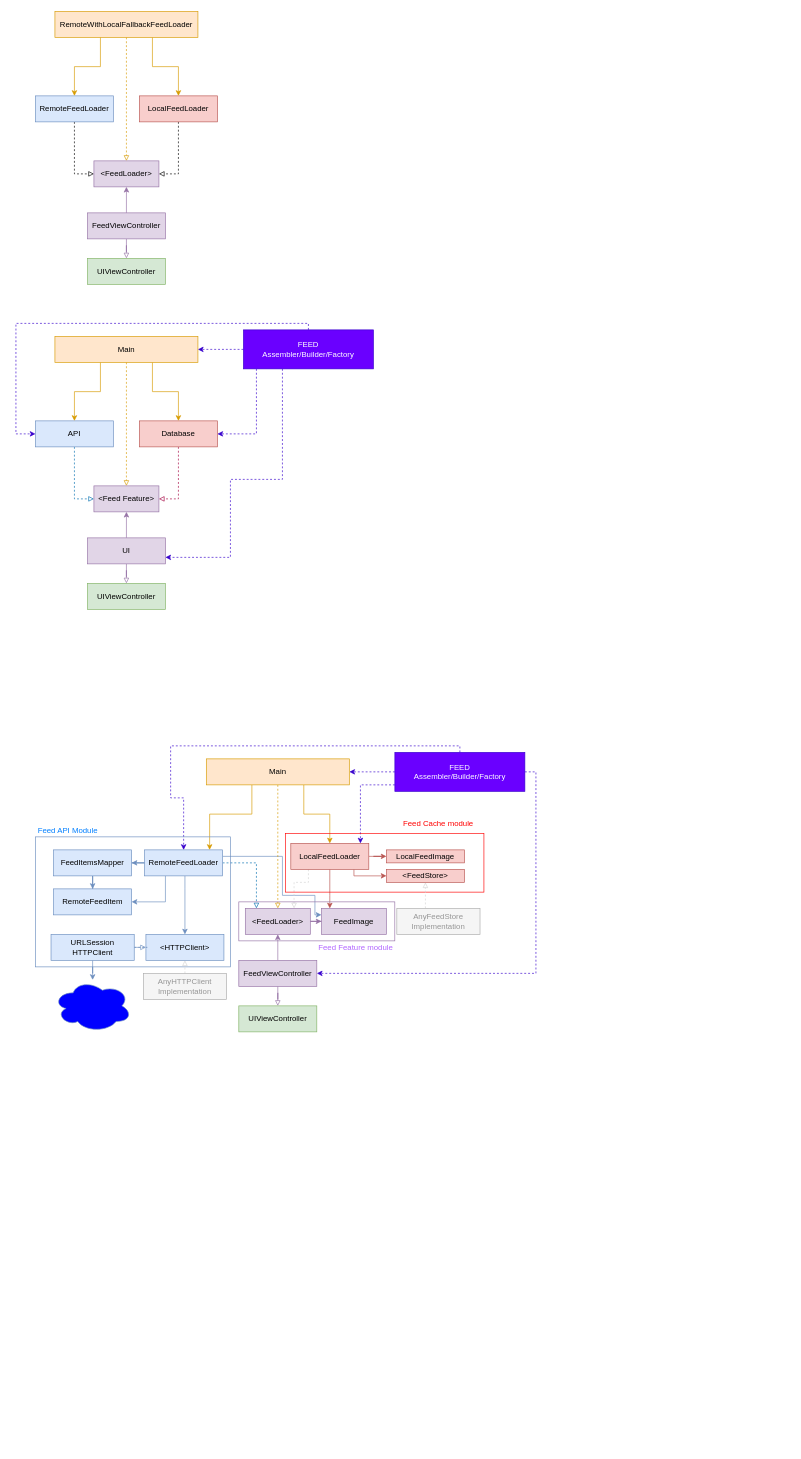
Earlier version of the draw.io diagram Untitled Diagram.drawio (zmkhtr/diagrams). Source tidied: cells renumbered, new cells numbered last; positions are measured from the earlier drawing's top-left corner, leaving out a move shared by most shapes. Both pictures are drawn from the tidied source at 65%, with x=0, y=0 at pixel (16, 11).
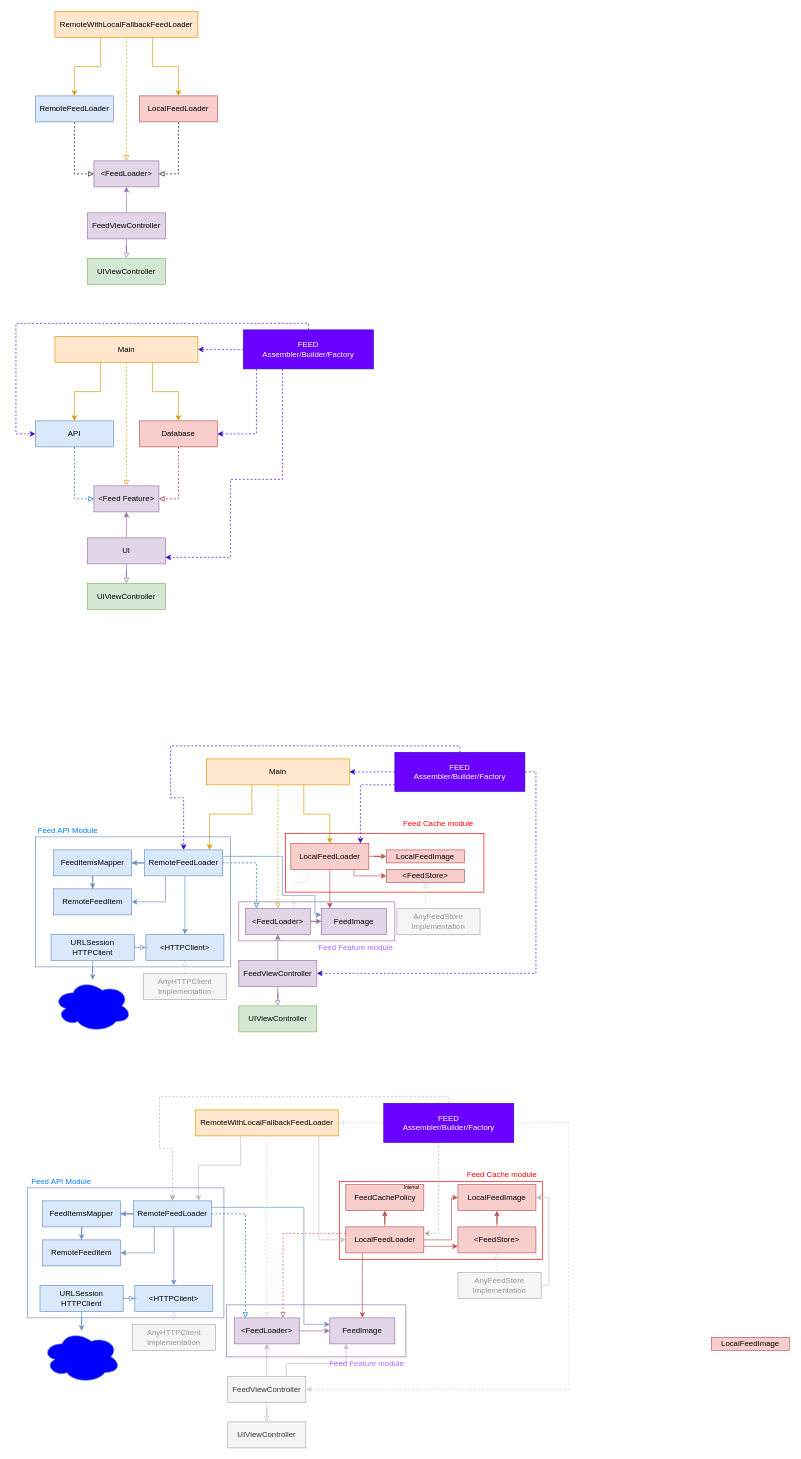
The same diagram, later.

Diff of the diagram source:
```diff
@@
+    <mxCell id="80" style="rounded=0;whiteSpace=wrap;html=1;fillColor=none;strokeColor=#9673a6;" parent="1" vertex="1">
+      <mxGeometry x="324" y="1990" width="276" height="80" as="geometry" />
+    </mxCell>
+    <mxCell id="81" style="rounded=0;whiteSpace=wrap;html=1;fillColor=none;strokeColor=#6c8ebf;" parent="1" vertex="1">
+      <mxGeometry x="18" y="1810" width="302" height="200" as="geometry" />
+    </mxCell>
+    <mxCell id="82" style="rounded=0;whiteSpace=wrap;html=1;fillColor=none;strokeColor=#FF0000;" parent="1" vertex="1">
+      <mxGeometry x="497.5" y="1800" width="312.5" height="120" as="geometry" />
+    </mxCell>
@@
+    <mxCell id="83" style="edgeStyle=orthogonalEdgeStyle;rounded=0;jettySize=auto;html=1;fontColor=#1726FF;endArrow=block;endFill=0;fillColor=#e1d5e7;strokeColor=#BFBFBF;" parent="1" edge="1" source="86" target="87">
+      <mxGeometry relative="1" as="geometry" />
+    </mxCell>
+    <mxCell id="84" style="edgeStyle=orthogonalEdgeStyle;rounded=0;jettySize=auto;html=1;fontColor=#1726FF;endArrow=classic;endFill=1;fillColor=#e1d5e7;strokeColor=#BFBFBF;" parent="1" edge="1" source="86" target="89">
+      <mxGeometry relative="1" as="geometry" />
+    </mxCell>
+    <mxCell id="85" style="edgeStyle=orthogonalEdgeStyle;rounded=0;jettySize=auto;html=1;entryX=0.25;entryY=1;entryDx=0;entryDy=0;fontSize=7;strokeColor=#BFBFBF;exitX=0.75;exitY=0;exitDx=0;exitDy=0;" parent="1" edge="1" source="86" target="123">
+      <mxGeometry relative="1" as="geometry">
+        <Array as="points">
+          <mxPoint x="416" y="2080" />
+          <mxPoint x="508" y="2080" />
+        </Array>
+      </mxGeometry>
+    </mxCell>
+    <mxCell id="86" value="FeedViewController" style="rounded=0;whiteSpace=wrap;html=1;fillColor=#F5F5F5;strokeColor=#ABABAB;fontColor=#333333;" parent="1" vertex="1">
+      <mxGeometry x="325.9" y="2100" width="120" height="40" as="geometry" />
+    </mxCell>
+    <mxCell id="87" value="UIViewController" style="rounded=0;whiteSpace=wrap;html=1;fillColor=#F5F5F5;strokeColor=#ABABAB;fontColor=#333333;" parent="1" vertex="1">
+      <mxGeometry x="325.9" y="2170" width="120" height="40" as="geometry" />
+    </mxCell>
+    <mxCell id="88" style="edgeStyle=orthogonalEdgeStyle;rounded=0;jettySize=auto;html=1;entryX=0;entryY=0.5;entryDx=0;entryDy=0;labelBackgroundColor=default;fontColor=#1726FF;strokeColor=#9673a6;endFill=1;fillColor=#e1d5e7;" parent="1" edge="1" source="89" target="123">
+      <mxGeometry relative="1" as="geometry" />
+    </mxCell>
+    <mxCell id="89" value="&amp;lt;FeedLoader&amp;gt;" style="rounded=0;whiteSpace=wrap;html=1;fillColor=#e1d5e7;strokeColor=#9673a6;" parent="1" vertex="1">
+      <mxGeometry x="335.9" y="2010" width="100" height="40" as="geometry" />
+    </mxCell>
+    <mxCell id="90" style="edgeStyle=orthogonalEdgeStyle;rounded=0;jettySize=auto;html=1;fontColor=#1726FF;endArrow=block;endFill=0;dashed=1;fillColor=#1ba1e2;strokeColor=#006EAF;exitX=1;exitY=0.5;exitDx=0;exitDy=0;" parent="1" edge="1" source="95" target="89">
+      <mxGeometry relative="1" as="geometry">
+        <Array as="points">
+          <mxPoint x="353" y="1850" />
+        </Array>
+      </mxGeometry>
+    </mxCell>
+    <mxCell id="91" style="edgeStyle=orthogonalEdgeStyle;rounded=0;jettySize=auto;html=1;entryX=0.5;entryY=0;entryDx=0;entryDy=0;fillColor=#dae8fc;strokeColor=#6c8ebf;" parent="1" edge="1" source="95" target="113">
+      <mxGeometry relative="1" as="geometry">
+        <Array as="points">
+          <mxPoint x="242.9" y="1890" />
+          <mxPoint x="242.9" y="1890" />
+        </Array>
+      </mxGeometry>
+    </mxCell>
+    <mxCell id="92" style="edgeStyle=orthogonalEdgeStyle;rounded=0;jettySize=auto;html=1;fillColor=#dae8fc;strokeColor=#6c8ebf;" parent="1" edge="1" source="95" target="112">
+      <mxGeometry relative="1" as="geometry" />
+    </mxCell>
+    <mxCell id="93" style="edgeStyle=orthogonalEdgeStyle;rounded=0;jettySize=auto;html=1;labelBackgroundColor=default;fontColor=default;strokeColor=#6c8ebf;entryX=1;entryY=0.5;entryDx=0;entryDy=0;fillColor=#dae8fc;" parent="1" edge="1" source="95" target="124">
+      <mxGeometry relative="1" as="geometry">
+        <Array as="points">
+          <mxPoint x="212.9" y="1910" />
+        </Array>
+      </mxGeometry>
+    </mxCell>
+    <mxCell id="94" style="edgeStyle=orthogonalEdgeStyle;rounded=0;jettySize=auto;html=1;entryX=0;entryY=0.25;entryDx=0;entryDy=0;labelBackgroundColor=default;fontColor=default;strokeColor=#6c8ebf;fillColor=#dae8fc;" parent="1" edge="1" source="95" target="123">
+      <mxGeometry relative="1" as="geometry">
+        <Array as="points">
+          <mxPoint x="443" y="1840" />
+          <mxPoint x="443" y="2020" />
+        </Array>
+      </mxGeometry>
+    </mxCell>
+    <mxCell id="95" value="RemoteFeedLoader" style="rounded=0;whiteSpace=wrap;html=1;fillColor=#dae8fc;strokeColor=#6c8ebf;" parent="1" vertex="1">
+      <mxGeometry x="180.9" y="1830" width="120" height="40" as="geometry" />
+    </mxCell>
+    <mxCell id="96" style="edgeStyle=orthogonalEdgeStyle;rounded=0;jettySize=auto;html=1;fontColor=#FF0000;labelBackgroundColor=none;fillColor=#f8cecc;strokeColor=#b85450;" parent="1" edge="1" source="101" target="119">
+      <mxGeometry relative="1" as="geometry">
+        <Array as="points">
+          <mxPoint x="670" y="1890" />
+          <mxPoint x="670" y="1825" />
+        </Array>
+      </mxGeometry>
+    </mxCell>
+    <mxCell id="97" style="edgeStyle=orthogonalEdgeStyle;rounded=0;jettySize=auto;html=1;labelBackgroundColor=default;fontColor=default;strokeColor=#b85450;entryX=0.75;entryY=0;entryDx=0;entryDy=0;endArrow=block;endFill=0;dashed=1;fillColor=#f8cecc;" parent="1" edge="1" source="101" target="89">
+      <mxGeometry relative="1" as="geometry">
+        <Array as="points">
+          <mxPoint x="432.9" y="1880" />
+          <mxPoint x="410.9" y="1880" />
+        </Array>
+      </mxGeometry>
+    </mxCell>
+    <mxCell id="98" style="edgeStyle=orthogonalEdgeStyle;rounded=0;jettySize=auto;html=1;labelBackgroundColor=none;strokeColor=#b85450;fontColor=#FF0000;fillColor=#f8cecc;" parent="1" edge="1" source="101" target="126">
+      <mxGeometry relative="1" as="geometry">
+        <Array as="points">
+          <mxPoint x="650" y="1900" />
+          <mxPoint x="650" y="1900" />
+        </Array>
+      </mxGeometry>
+    </mxCell>
+    <mxCell id="99" style="edgeStyle=orthogonalEdgeStyle;rounded=0;jettySize=auto;html=1;fontSize=11;labelBackgroundColor=none;strokeColor=#b85450;fontColor=#FF0000;fillColor=#f8cecc;" parent="1" edge="1" source="101" target="132">
+      <mxGeometry relative="1" as="geometry" />
+    </mxCell>
+    <mxCell id="100" style="edgeStyle=orthogonalEdgeStyle;rounded=0;jettySize=auto;html=1;fontSize=11;strokeColor=#b85450;labelBackgroundColor=none;fontColor=#FF0000;fillColor=#f8cecc;" parent="1" edge="1" source="101" target="123">
+      <mxGeometry relative="1" as="geometry">
+        <Array as="points">
+          <mxPoint x="533" y="1940" />
+          <mxPoint x="533" y="1940" />
+        </Array>
+      </mxGeometry>
+    </mxCell>
+    <mxCell id="101" value="LocalFeedLoader" style="rounded=0;whiteSpace=wrap;html=1;fillColor=#f8cecc;strokeColor=#b85450;" parent="1" vertex="1">
+      <mxGeometry x="507.5" y="1870" width="120" height="40" as="geometry" />
+    </mxCell>
+    <mxCell id="102" style="edgeStyle=orthogonalEdgeStyle;rounded=0;jettySize=auto;html=1;dashed=1;fontColor=default;endArrow=block;endFill=0;fillColor=#dae8fc;strokeColor=#D4D4D4;" parent="1" edge="1" source="105" target="89">
+      <mxGeometry relative="1" as="geometry" />
+    </mxCell>
+    <mxCell id="103" style="edgeStyle=orthogonalEdgeStyle;rounded=0;jettySize=auto;html=1;fontColor=#1726FF;endArrow=classic;endFill=1;strokeColor=#BFBFBF;fillColor=#f5f5f5;" parent="1" edge="1" source="105" target="95">
+      <mxGeometry relative="1" as="geometry">
+        <Array as="points">
+          <mxPoint x="345.9" y="1775" />
+          <mxPoint x="280.9" y="1775" />
+        </Array>
+      </mxGeometry>
+    </mxCell>
+    <mxCell id="104" style="edgeStyle=orthogonalEdgeStyle;rounded=0;jettySize=auto;html=1;fontColor=#1726FF;endArrow=classic;endFill=1;strokeColor=#BFBFBF;fillColor=#f5f5f5;" parent="1" edge="1" source="105" target="101">
+      <mxGeometry relative="1" as="geometry">
+        <Array as="points">
+          <mxPoint x="466" y="1890" />
+        </Array>
+      </mxGeometry>
+    </mxCell>
+    <mxCell id="105" value="RemoteWithLocalFallbackFeedLoader" style="rounded=0;whiteSpace=wrap;html=1;fillColor=#ffe6cc;strokeColor=#d79b00;" parent="1" vertex="1">
+      <mxGeometry x="275.9" y="1690" width="220" height="40" as="geometry" />
+    </mxCell>
+    <mxCell id="106" style="edgeStyle=orthogonalEdgeStyle;rounded=0;jettySize=auto;html=1;dashed=1;fillColor=#F5F5F5;strokeColor=#ABABAB;entryX=0.5;entryY=0;entryDx=0;entryDy=0;fontSize=12;fontColor=#333333;" parent="1" edge="1" source="110" target="95">
+      <mxGeometry relative="1" as="geometry">
+        <Array as="points">
+          <mxPoint x="666" y="1670" />
+          <mxPoint x="220.9" y="1670" />
+          <mxPoint x="220.9" y="1750" />
+          <mxPoint x="240.9" y="1750" />
+        </Array>
+      </mxGeometry>
+    </mxCell>
+    <mxCell id="107" style="edgeStyle=orthogonalEdgeStyle;rounded=0;jettySize=auto;html=1;dashed=1;fillColor=#dae8fc;strokeColor=#D4D4D4;endArrow=block;endFill=0;" parent="1" edge="1" source="110">
+      <mxGeometry relative="1" as="geometry">
+        <mxPoint x="495.9" y="1710" as="targetPoint" />
+        <Array as="points">
+          <mxPoint x="495.9" y="1710" />
+        </Array>
+      </mxGeometry>
+    </mxCell>
+    <mxCell id="108" style="edgeStyle=orthogonalEdgeStyle;rounded=0;jettySize=auto;html=1;dashed=1;fillColor=#F5F5F5;strokeColor=#ABABAB;fontSize=12;fontColor=#333333;" parent="1" edge="1" source="110">
+      <mxGeometry relative="1" as="geometry">
+        <mxPoint x="628" y="1880" as="targetPoint" />
+        <Array as="points">
+          <mxPoint x="650" y="1880" />
+        </Array>
+      </mxGeometry>
+    </mxCell>
+    <mxCell id="109" style="edgeStyle=orthogonalEdgeStyle;rounded=0;jettySize=auto;html=1;dashed=1;fillColor=#dae8fc;strokeColor=#D4D4D4;entryX=1;entryY=0.5;entryDx=0;entryDy=0;endArrow=block;endFill=1;" parent="1" edge="1" source="110" target="86">
+      <mxGeometry relative="1" as="geometry">
+        <Array as="points">
+          <mxPoint x="850" y="1710" />
+          <mxPoint x="850" y="2120" />
+        </Array>
+      </mxGeometry>
+    </mxCell>
+    <mxCell id="110" value="FEED&lt;br&gt;Assembler/Builder/Factory" style="rounded=0;whiteSpace=wrap;html=1;fillColor=#6a00ff;strokeColor=#3700CC;fontColor=#ffffff;" parent="1" vertex="1">
+      <mxGeometry x="565.9" y="1680" width="200" height="60" as="geometry" />
+    </mxCell>
+    <mxCell id="111" style="edgeStyle=orthogonalEdgeStyle;rounded=0;jettySize=auto;html=1;labelBackgroundColor=default;fontColor=default;strokeColor=#6c8ebf;fillColor=#dae8fc;" parent="1" edge="1" source="112" target="124">
+      <mxGeometry relative="1" as="geometry" />
+    </mxCell>
+    <mxCell id="112" value="FeedItemsMapper" style="rounded=0;whiteSpace=wrap;html=1;fillColor=#dae8fc;strokeColor=#6c8ebf;" parent="1" vertex="1">
+      <mxGeometry x="41" y="1830" width="120" height="40" as="geometry" />
+    </mxCell>
+    <mxCell id="113" value="&amp;lt;HTTPClient&amp;gt;" style="rounded=0;whiteSpace=wrap;html=1;fillColor=#dae8fc;strokeColor=#6c8ebf;" parent="1" vertex="1">
+      <mxGeometry x="182.9" y="1960" width="120" height="40" as="geometry" />
+    </mxCell>
+    <mxCell id="114" style="edgeStyle=orthogonalEdgeStyle;rounded=0;jettySize=auto;html=1;fillColor=#dae8fc;strokeColor=#6c8ebf;" parent="1" edge="1" source="116" target="117">
+      <mxGeometry relative="1" as="geometry" />
+    </mxCell>
+    <mxCell id="115" style="edgeStyle=orthogonalEdgeStyle;rounded=0;jettySize=auto;html=1;endArrow=block;endFill=0;dashed=1;fillColor=#dae8fc;strokeColor=#6c8ebf;" parent="1" edge="1" source="116" target="113">
+      <mxGeometry relative="1" as="geometry" />
+    </mxCell>
+    <mxCell id="116" value="URLSession&lt;br&gt;HTTPClient" style="rounded=0;whiteSpace=wrap;html=1;fillColor=#dae8fc;strokeColor=#6c8ebf;" parent="1" vertex="1">
+      <mxGeometry x="37" y="1960" width="128" height="40" as="geometry" />
+    </mxCell>
+    <mxCell id="117" style="ellipse;shape=cloud;whiteSpace=wrap;html=1;fillColor=#0000FF;strokeColor=#6c8ebf;" parent="1" vertex="1">
+      <mxGeometry x="41" y="2030" width="120" height="80" as="geometry" />
+    </mxCell>
+    <mxCell id="118" value="Feed API Module" style="text;html=1;strokeColor=none;fillColor=none;align=center;verticalAlign=middle;whiteSpace=wrap;rounded=0;fontColor=#007FFF;" parent="1" vertex="1">
+      <mxGeometry x="20" y="1790" width="100" height="20" as="geometry" />
+    </mxCell>
+    <mxCell id="119" value="LocalFeedImage" style="rounded=0;whiteSpace=wrap;html=1;fillColor=#f8cecc;strokeColor=#b85450;" parent="1" vertex="1">
+      <mxGeometry x="680" y="1805" width="120" height="40" as="geometry" />
+    </mxCell>
+    <mxCell id="120" value="Feed Cache module" style="text;html=1;strokeColor=none;fillColor=none;align=center;verticalAlign=middle;whiteSpace=wrap;rounded=0;fontColor=#FF0000;" parent="1" vertex="1">
+      <mxGeometry x="688" y="1780" width="120" height="20" as="geometry" />
+    </mxCell>
+    <mxCell id="121" style="edgeStyle=orthogonalEdgeStyle;rounded=0;jettySize=auto;html=1;endArrow=block;endFill=0;dashed=1;fillColor=#dae8fc;strokeColor=#D4D4D4;exitX=0.5;exitY=0;exitDx=0;exitDy=0;entryX=0.5;entryY=1;entryDx=0;entryDy=0;" parent="1" edge="1" source="122" target="113">
+      <mxGeometry relative="1" as="geometry" />
+    </mxCell>
+    <mxCell id="122" value="&lt;font color=&quot;#969696&quot;&gt;AnyHTTPClient&lt;br&gt;Implementation&lt;br&gt;&lt;/font&gt;" style="rounded=0;whiteSpace=wrap;html=1;fillColor=#F5F5F5;strokeColor=#ABABAB;fontColor=#333333;" parent="1" vertex="1">
+      <mxGeometry x="178.9" y="2020" width="128" height="40" as="geometry" />
+    </mxCell>
+    <mxCell id="123" value="FeedImage" style="rounded=0;whiteSpace=wrap;html=1;fillColor=#e1d5e7;strokeColor=#9673a6;" parent="1" vertex="1">
+      <mxGeometry x="482.9" y="2010" width="100" height="40" as="geometry" />
+    </mxCell>
+    <mxCell id="124" value="RemoteFeedItem" style="rounded=0;whiteSpace=wrap;html=1;fillColor=#dae8fc;strokeColor=#6c8ebf;" parent="1" vertex="1">
+      <mxGeometry x="41" y="1890" width="120" height="40" as="geometry" />
+    </mxCell>
+    <mxCell id="125" style="edgeStyle=orthogonalEdgeStyle;rounded=0;jettySize=auto;html=1;labelBackgroundColor=none;strokeColor=#b85450;fontColor=#FF0000;fillColor=#f8cecc;" parent="1" edge="1" source="126" target="119">
+      <mxGeometry relative="1" as="geometry" />
+    </mxCell>
+    <mxCell id="126" value="&amp;lt;FeedStore&amp;gt;" style="rounded=0;whiteSpace=wrap;html=1;fillColor=#f8cecc;strokeColor=#b85450;" parent="1" vertex="1">
+      <mxGeometry x="680" y="1870" width="120" height="40" as="geometry" />
+    </mxCell>
+    <mxCell id="127" style="edgeStyle=orthogonalEdgeStyle;rounded=0;jettySize=auto;html=1;endArrow=block;endFill=0;dashed=1;fillColor=#dae8fc;strokeColor=#D4D4D4;exitX=0.5;exitY=0;exitDx=0;exitDy=0;entryX=0.5;entryY=1;entryDx=0;entryDy=0;" parent="1" edge="1" source="129" target="126">
+      <mxGeometry relative="1" as="geometry" />
+    </mxCell>
+    <mxCell id="128" style="edgeStyle=orthogonalEdgeStyle;rounded=0;jettySize=auto;html=1;entryX=1;entryY=0.5;entryDx=0;entryDy=0;fontSize=7;strokeColor=#BFBFBF;" parent="1" edge="1" source="129" target="119">
+      <mxGeometry relative="1" as="geometry">
+        <Array as="points">
+          <mxPoint x="820" y="1960" />
+          <mxPoint x="820" y="1825" />
+        </Array>
+      </mxGeometry>
+    </mxCell>
+    <mxCell id="129" value="&lt;font color=&quot;#969696&quot;&gt;AnyFeedStore&lt;br&gt;Implementation&lt;br&gt;&lt;/font&gt;" style="rounded=0;whiteSpace=wrap;html=1;fillColor=#F5F5F5;strokeColor=#ABABAB;fontColor=#333333;" parent="1" vertex="1">
+      <mxGeometry x="680" y="1940" width="128" height="40" as="geometry" />
+    </mxCell>
+    <mxCell id="130" value="&lt;font color=&quot;#b266ff&quot;&gt;Feed Feature module&lt;/font&gt;" style="text;html=1;strokeColor=none;fillColor=none;align=center;verticalAlign=middle;whiteSpace=wrap;rounded=0;fontColor=#FF0000;" parent="1" vertex="1">
+      <mxGeometry x="480" y="2070" width="120" height="20" as="geometry" />
+    </mxCell>
+    <mxCell id="131" value="LocalFeedImage" style="rounded=0;whiteSpace=wrap;html=1;fillColor=#f8cecc;strokeColor=#b85450;" parent="1" vertex="1">
+      <mxGeometry x="1070" y="2040" width="120" height="20" as="geometry" />
+    </mxCell>
+    <mxCell id="132" value="FeedCachePolicy" style="rounded=0;whiteSpace=wrap;html=1;fillColor=#f8cecc;strokeColor=#b85450;" parent="1" vertex="1">
+      <mxGeometry x="507.5" y="1805" width="120" height="40" as="geometry" />
+    </mxCell>
+    <mxCell id="133" value="Internal" style="text;strokeColor=none;fillColor=none;align=left;verticalAlign=middle;spacingLeft=4;spacingRight=4;overflow=hidden;fontSize=7;" parent="1" vertex="1">
+      <mxGeometry x="591.5" y="1805" width="36" height="10" as="geometry" />
+    </mxCell>
```
